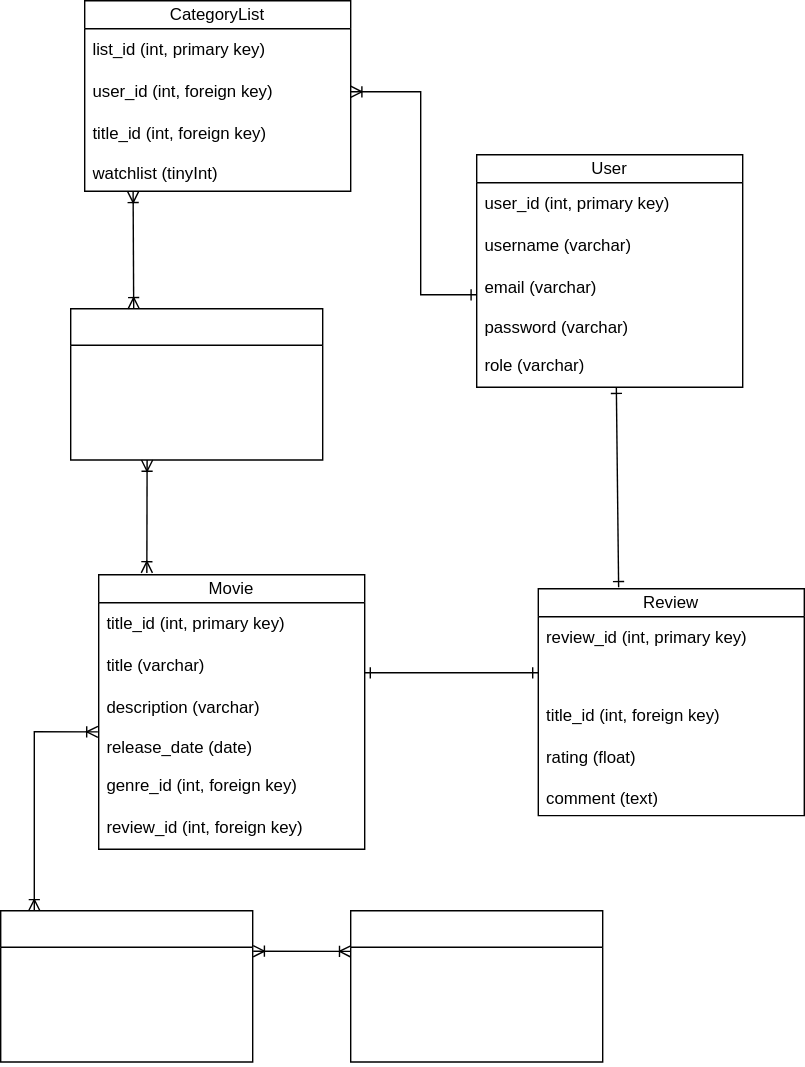
chas-academy/u05-imdb-klon-u05-imdb-klon-grupp1 keeps this draw.io diagram as ERD.drawio.svg. Above is the earlier version. Source tidied: cells renumbered, new cells last; positions are measured from the earlier drawing's top-left corner, leaving out a move shared by most shapes.
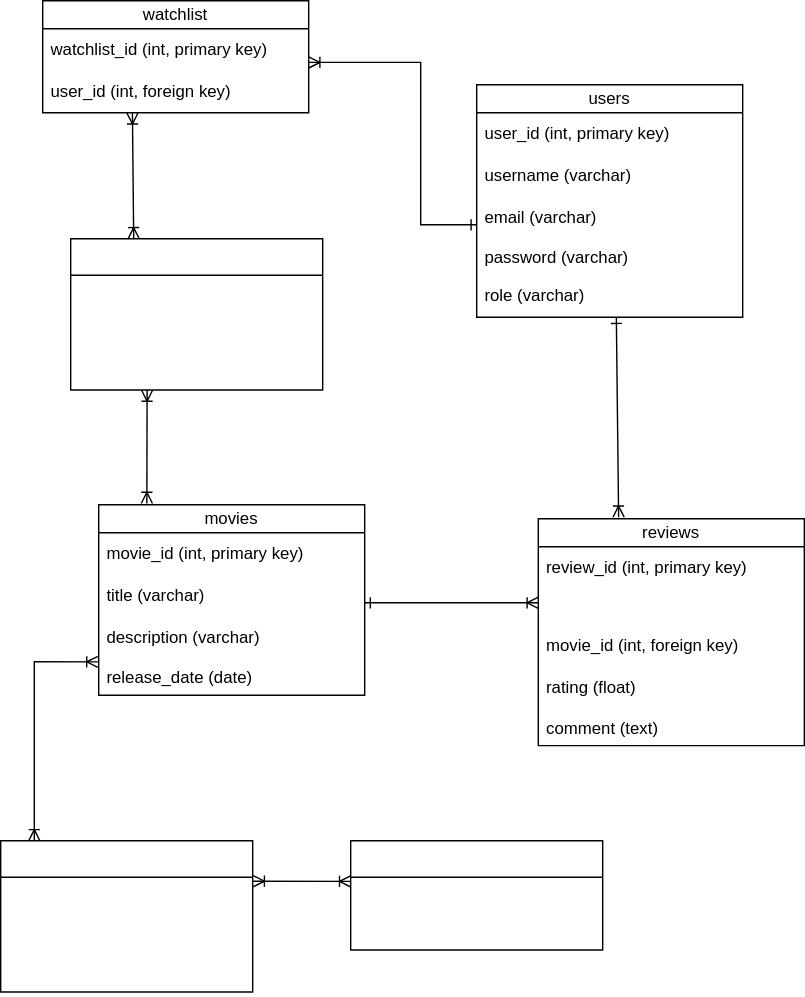
The same diagram one commit later.

Commit message:
changes after Olli-H's meeting, fixes #79

Change to the diagram source:
```diff
@@ -2,7 +2,7 @@
   <root>
     <mxCell id="0" />
     <mxCell id="1" parent="0" />
-    <mxCell id="2" value="User" style="swimlane;fontStyle=0;horizontal=1;startSize=20;whiteSpace=wrap;html=1;" parent="1" vertex="1">
+    <mxCell id="2" value="users" style="swimlane;fontStyle=0;horizontal=1;startSize=20;whiteSpace=wrap;html=1;" parent="1" vertex="1">
       <mxGeometry x="340" y="110" width="190" height="166" as="geometry" />
     </mxCell>
     <mxCell id="3" value="user_id (int, primary key)" style="text;strokeColor=none;fillColor=none;align=left;verticalAlign=middle;spacingLeft=4;spacingRight=4;overflow=hidden;whiteSpace=wrap;html=1;" parent="2" vertex="1">
@@ -20,10 +20,10 @@
     <mxCell id="7" value="role (varchar)" style="text;strokeColor=none;fillColor=none;align=left;verticalAlign=middle;spacingLeft=4;spacingRight=4;overflow=hidden;points=[[0,0.5],[1,0.5]];portConstraint=eastwest;whiteSpace=wrap;html=1;" parent="2" vertex="1">
       <mxGeometry y="136" width="190" height="30" as="geometry" />
     </mxCell>
-    <mxCell id="8" value="Movie" style="swimlane;fontStyle=0;horizontal=1;startSize=20;whiteSpace=wrap;html=1;" parent="1" vertex="1">
-      <mxGeometry x="70" y="410" width="190" height="196" as="geometry" />
+    <mxCell id="8" value="movies" style="swimlane;fontStyle=0;horizontal=1;startSize=20;whiteSpace=wrap;html=1;" parent="1" vertex="1">
+      <mxGeometry x="70" y="410" width="190" height="136" as="geometry" />
     </mxCell>
-    <mxCell id="9" value="title_id (int, primary key)" style="text;strokeColor=none;fillColor=none;align=left;verticalAlign=middle;spacingLeft=4;spacingRight=4;overflow=hidden;whiteSpace=wrap;html=1;" parent="8" vertex="1">
+    <mxCell id="9" value="movie_id (int, primary key)" style="text;strokeColor=none;fillColor=none;align=left;verticalAlign=middle;spacingLeft=4;spacingRight=4;overflow=hidden;whiteSpace=wrap;html=1;" parent="8" vertex="1">
       <mxGeometry y="20" width="190" height="30" as="geometry" />
     </mxCell>
     <mxCell id="10" value="title (varchar)" style="text;strokeColor=none;fillColor=none;align=left;verticalAlign=middle;spacingLeft=4;spacingRight=4;overflow=hidden;whiteSpace=wrap;html=1;" parent="8" vertex="1">
@@ -35,13 +35,7 @@
     <mxCell id="12" value="release_date (date)" style="text;strokeColor=none;fillColor=none;align=left;verticalAlign=top;spacingLeft=4;spacingRight=4;overflow=hidden;points=[[0,0.5],[1,0.5]];portConstraint=eastwest;whiteSpace=wrap;html=1;" parent="8" vertex="1">
       <mxGeometry y="110" width="190" height="26" as="geometry" />
     </mxCell>
-    <mxCell id="13" value="genre_id (int, foreign key)" style="text;strokeColor=none;fillColor=none;align=left;verticalAlign=middle;spacingLeft=4;spacingRight=4;overflow=hidden;whiteSpace=wrap;html=1;" parent="8" vertex="1">
-      <mxGeometry y="136" width="190" height="30" as="geometry" />
-    </mxCell>
-    <mxCell id="14" value="review_id (int, foreign key)" style="text;strokeColor=none;fillColor=none;align=left;verticalAlign=middle;spacingLeft=4;spacingRight=4;overflow=hidden;whiteSpace=wrap;html=1;" parent="8" vertex="1">
-      <mxGeometry y="166" width="190" height="30" as="geometry" />
-    </mxCell>
-    <mxCell id="15" value="Review" style="swimlane;fontStyle=0;horizontal=1;startSize=20;whiteSpace=wrap;html=1;" parent="1" vertex="1">
+    <mxCell id="15" value="reviews" style="swimlane;fontStyle=0;horizontal=1;startSize=20;whiteSpace=wrap;html=1;" parent="1" vertex="1">
       <mxGeometry x="384" y="420" width="190" height="162" as="geometry" />
     </mxCell>
     <mxCell id="16" value="review_id (int, primary key)" style="text;strokeColor=none;fillColor=none;align=left;verticalAlign=middle;spacingLeft=4;spacingRight=4;overflow=hidden;whiteSpace=wrap;html=1;" parent="15" vertex="1">
@@ -50,7 +44,7 @@
     <mxCell id="17" value="user_id (int, foreign key)" style="text;strokeColor=none;fillColor=none;align=left;verticalAlign=top;spacingLeft=4;spacingRight=4;overflow=hidden;whiteSpace=wrap;html=1;fontColor=#FFFFFF;" parent="15" vertex="1">
       <mxGeometry y="50" width="190" height="26" as="geometry" />
     </mxCell>
-    <mxCell id="18" value="title_id (int, foreign key)" style="text;strokeColor=none;fillColor=none;align=left;verticalAlign=middle;spacingLeft=4;spacingRight=4;overflow=hidden;whiteSpace=wrap;html=1;" parent="15" vertex="1">
+    <mxCell id="18" value="movie_id (int, foreign key)" style="text;strokeColor=none;fillColor=none;align=left;verticalAlign=middle;spacingLeft=4;spacingRight=4;overflow=hidden;whiteSpace=wrap;html=1;" parent="15" vertex="1">
       <mxGeometry y="76" width="190" height="30" as="geometry" />
     </mxCell>
     <mxCell id="19" value="rating (float)" style="text;strokeColor=none;fillColor=none;align=left;verticalAlign=middle;spacingLeft=4;spacingRight=4;overflow=hidden;whiteSpace=wrap;html=1;" parent="15" vertex="1">
@@ -59,8 +53,8 @@
     <mxCell id="20" value="comment (text)" style="text;strokeColor=none;fillColor=none;align=left;verticalAlign=top;spacingLeft=4;spacingRight=4;overflow=hidden;whiteSpace=wrap;html=1;" parent="15" vertex="1">
       <mxGeometry y="136" width="190" height="26" as="geometry" />
     </mxCell>
-    <mxCell id="21" value="Genre" style="swimlane;fontStyle=0;horizontal=1;startSize=26;fillColor=none;html=1;fontColor=#FFFFFF;" parent="1" vertex="1">
-      <mxGeometry x="250" y="650" width="180" height="108" as="geometry" />
+    <mxCell id="21" value="genres" style="swimlane;fontStyle=0;horizontal=1;startSize=26;fillColor=none;html=1;fontColor=#FFFFFF;" parent="1" vertex="1">
+      <mxGeometry x="250" y="650" width="180" height="78" as="geometry" />
     </mxCell>
     <mxCell id="22" value="genre_id (int, primary key)" style="text;strokeColor=none;fillColor=none;align=left;verticalAlign=top;spacingLeft=4;spacingRight=4;overflow=hidden;whiteSpace=wrap;html=1;fontColor=#FFFFFF;" parent="21" vertex="1">
       <mxGeometry y="26" width="180" height="26" as="geometry" />
@@ -68,37 +62,28 @@
     <mxCell id="23" value="name (varchar)" style="text;strokeColor=none;fillColor=none;align=left;verticalAlign=top;spacingLeft=4;spacingRight=4;overflow=hidden;whiteSpace=wrap;html=1;fontColor=#FFFFFF;" parent="21" vertex="1">
       <mxGeometry y="52" width="180" height="26" as="geometry" />
     </mxCell>
-    <mxCell id="24" value="list_id (int, foreign key)" style="text;strokeColor=none;fillColor=none;align=left;verticalAlign=middle;spacingLeft=4;spacingRight=4;overflow=hidden;whiteSpace=wrap;html=1;fontColor=#FFFFFF;" parent="21" vertex="1">
-      <mxGeometry y="78" width="180" height="30" as="geometry" />
-    </mxCell>
-    <mxCell id="25" value="CategoryList" style="swimlane;fontStyle=0;horizontal=1;startSize=20;whiteSpace=wrap;html=1;" parent="1" vertex="1">
-      <mxGeometry x="60" width="190" height="136" as="geometry" />
+    <mxCell id="25" value="watchlist" style="swimlane;fontStyle=0;horizontal=1;startSize=20;whiteSpace=wrap;html=1;" parent="1" vertex="1">
+      <mxGeometry x="30" y="50" width="190" height="80" as="geometry" />
     </mxCell>
-    <mxCell id="26" value="list_id (int, primary key)" style="text;strokeColor=none;fillColor=none;align=left;verticalAlign=middle;spacingLeft=4;spacingRight=4;overflow=hidden;points=[[0,0.5],[1,0.5]];portConstraint=eastwest;whiteSpace=wrap;html=1;" parent="25" vertex="1">
+    <mxCell id="26" value="watchlist_id (int, primary key)" style="text;strokeColor=none;fillColor=none;align=left;verticalAlign=middle;spacingLeft=4;spacingRight=4;overflow=hidden;points=[[0,0.5],[1,0.5]];portConstraint=eastwest;whiteSpace=wrap;html=1;" parent="25" vertex="1">
       <mxGeometry y="20" width="190" height="30" as="geometry" />
     </mxCell>
     <mxCell id="27" value="user_id (int, foreign key)" style="text;strokeColor=none;fillColor=none;align=left;verticalAlign=middle;spacingLeft=4;spacingRight=4;overflow=hidden;points=[[0,0.5],[1,0.5]];portConstraint=eastwest;whiteSpace=wrap;html=1;" parent="25" vertex="1">
       <mxGeometry y="50" width="190" height="30" as="geometry" />
     </mxCell>
-    <mxCell id="28" value="title_id (int, foreign key)" style="text;strokeColor=none;fillColor=none;align=left;verticalAlign=middle;spacingLeft=4;spacingRight=4;overflow=hidden;whiteSpace=wrap;html=1;" parent="25" vertex="1">
-      <mxGeometry y="80" width="190" height="30" as="geometry" />
-    </mxCell>
-    <mxCell id="29" value="watchlist (tinyInt)" style="text;strokeColor=none;fillColor=none;align=left;verticalAlign=top;spacingLeft=4;spacingRight=4;overflow=hidden;points=[[0,0.5],[1,0.5]];portConstraint=eastwest;whiteSpace=wrap;html=1;" parent="25" vertex="1">
-      <mxGeometry y="110" width="190" height="26" as="geometry" />
-    </mxCell>
-    <mxCell id="30" style="fontSize=12;html=1;endArrow=ERoneToMany;rounded=0;startArrow=ERone;startFill=0;entryX=1;entryY=0.5;entryDx=0;entryDy=0;" parent="1" edge="1" target="27">
+    <mxCell id="30" style="fontSize=12;html=1;endArrow=ERoneToMany;rounded=0;startArrow=ERone;startFill=0;entryX=1;entryY=0.8;entryDx=0;entryDy=0;entryPerimeter=0;" parent="1" edge="1" target="26">
       <mxGeometry relative="1" as="geometry">
         <mxPoint x="340" y="210" as="sourcePoint" />
         <Array as="points">
           <mxPoint x="300" y="210" />
-          <mxPoint x="300" y="65" />
+          <mxPoint x="300" y="94" />
         </Array>
       </mxGeometry>
     </mxCell>
-    <mxCell id="31" style="fontSize=12;html=1;endArrow=ERone;rounded=0;startArrow=ERone;startFill=0;entryX=0.302;entryY=-0.007;entryDx=0;entryDy=0;entryPerimeter=0;exitX=0.525;exitY=1.016;exitDx=0;exitDy=0;exitPerimeter=0;endFill=0;" parent="1" edge="1" source="7" target="15">
+    <mxCell id="31" style="fontSize=12;html=1;endArrow=ERoneToMany;rounded=0;startArrow=ERone;startFill=0;entryX=0.302;entryY=-0.007;entryDx=0;entryDy=0;entryPerimeter=0;exitX=0.525;exitY=1.016;exitDx=0;exitDy=0;exitPerimeter=0;endFill=0;" parent="1" edge="1" source="7" target="15">
       <mxGeometry relative="1" as="geometry" />
     </mxCell>
-    <mxCell id="32" style="fontSize=12;html=1;endArrow=ERone;rounded=0;startArrow=ERone;startFill=0;endFill=0;" parent="1" edge="1">
+    <mxCell id="32" style="fontSize=12;html=1;endArrow=ERoneToMany;rounded=0;startArrow=ERone;startFill=0;endFill=0;" parent="1" edge="1">
       <mxGeometry relative="1" as="geometry">
         <mxPoint x="260" y="480" as="sourcePoint" />
         <mxPoint x="384" y="480" as="targetPoint" />
@@ -109,16 +94,18 @@
         <mxPoint x="250" y="679" as="targetPoint" />
       </mxGeometry>
     </mxCell>
-    <mxCell id="34" style="fontSize=12;html=1;endArrow=ERoneToMany;rounded=0;startArrow=ERoneToMany;startFill=0;elbow=vertical;exitX=0.182;exitY=1.005;exitDx=0;exitDy=0;exitPerimeter=0;entryX=0.25;entryY=0;entryDx=0;entryDy=0;" parent="1" edge="1" source="29" target="40">
-      <mxGeometry relative="1" as="geometry" />
+    <mxCell id="34" style="fontSize=12;html=1;endArrow=ERoneToMany;rounded=0;startArrow=ERoneToMany;startFill=0;elbow=vertical;exitX=0.232;exitY=1;exitDx=0;exitDy=0;exitPerimeter=0;entryX=0.25;entryY=0;entryDx=0;entryDy=0;" parent="1" edge="1" target="40">
+      <mxGeometry relative="1" as="geometry">
+        <mxPoint x="94.1" y="130" as="sourcePoint" />
+      </mxGeometry>
     </mxCell>
-    <mxCell id="35" value="MoviesGenres" style="swimlane;fontStyle=0;horizontal=1;startSize=26;fillColor=none;html=1;fontColor=#FFFFFF;" parent="1" vertex="1">
+    <mxCell id="35" value="genre_movie" style="swimlane;fontStyle=0;horizontal=1;startSize=26;fillColor=none;html=1;fontColor=#FFFFFF;" parent="1" vertex="1">
       <mxGeometry y="650" width="180" height="108" as="geometry" />
     </mxCell>
     <mxCell id="36" value="moviesgenres_id (int, primary key)" style="text;strokeColor=none;fillColor=none;align=left;verticalAlign=middle;spacingLeft=4;spacingRight=4;overflow=hidden;points=[[0,0.5],[1,0.5]];portConstraint=eastwest;whiteSpace=wrap;html=1;fontColor=#FFFFFF;" parent="35" vertex="1">
       <mxGeometry y="26" width="180" height="30" as="geometry" />
     </mxCell>
-    <mxCell id="37" value="title_id (int, foreign key)" style="text;strokeColor=none;fillColor=none;align=left;verticalAlign=top;spacingLeft=4;spacingRight=4;overflow=hidden;whiteSpace=wrap;html=1;fontColor=#FFFFFF;" parent="35" vertex="1">
+    <mxCell id="37" value="movie_id (int, foreign key)" style="text;strokeColor=none;fillColor=none;align=left;verticalAlign=top;spacingLeft=4;spacingRight=4;overflow=hidden;whiteSpace=wrap;html=1;fontColor=#FFFFFF;" parent="35" vertex="1">
       <mxGeometry y="56" width="180" height="26" as="geometry" />
     </mxCell>
     <mxCell id="38" value="genre_id (int, foreign key)" style="text;strokeColor=none;fillColor=none;align=left;verticalAlign=top;spacingLeft=4;spacingRight=4;overflow=hidden;whiteSpace=wrap;html=1;fontColor=#FFFFFF;" parent="35" vertex="1">
@@ -132,16 +119,16 @@
         </Array>
       </mxGeometry>
     </mxCell>
-    <mxCell id="40" value="MoviesLists" style="swimlane;fontStyle=0;horizontal=1;startSize=26;fillColor=none;html=1;fontColor=#FFFFFF;" parent="1" vertex="1">
+    <mxCell id="40" value="list_movie" style="swimlane;fontStyle=0;horizontal=1;startSize=26;fillColor=none;html=1;fontColor=#FFFFFF;" parent="1" vertex="1">
       <mxGeometry x="50" y="220" width="180" height="108" as="geometry" />
     </mxCell>
     <mxCell id="41" value="movieslists_id (int, primary key)" style="text;strokeColor=none;fillColor=none;align=left;verticalAlign=middle;spacingLeft=4;spacingRight=4;overflow=hidden;whiteSpace=wrap;html=1;fontColor=#FFFFFF;" parent="40" vertex="1">
       <mxGeometry y="26" width="180" height="30" as="geometry" />
     </mxCell>
-    <mxCell id="42" value="title_id (int, foreign key)" style="text;strokeColor=none;fillColor=none;align=left;verticalAlign=top;spacingLeft=4;spacingRight=4;overflow=hidden;whiteSpace=wrap;html=1;fontColor=#FFFFFF;" parent="40" vertex="1">
+    <mxCell id="42" value="movie_id (int, foreign key)" style="text;strokeColor=none;fillColor=none;align=left;verticalAlign=top;spacingLeft=4;spacingRight=4;overflow=hidden;whiteSpace=wrap;html=1;fontColor=#FFFFFF;" parent="40" vertex="1">
       <mxGeometry y="56" width="180" height="26" as="geometry" />
     </mxCell>
-    <mxCell id="43" value="list_id (int, foreign key)" style="text;strokeColor=none;fillColor=none;align=left;verticalAlign=top;spacingLeft=4;spacingRight=4;overflow=hidden;whiteSpace=wrap;html=1;fontColor=#FFFFFF;" parent="40" vertex="1">
+    <mxCell id="43" value="watchlist_id (int, foreign key)" style="text;strokeColor=none;fillColor=none;align=left;verticalAlign=top;spacingLeft=4;spacingRight=4;overflow=hidden;whiteSpace=wrap;html=1;fontColor=#FFFFFF;" parent="40" vertex="1">
       <mxGeometry y="82" width="180" height="26" as="geometry" />
     </mxCell>
     <mxCell id="44" style="fontSize=12;html=1;endArrow=ERoneToMany;rounded=0;startArrow=ERoneToMany;startFill=0;elbow=vertical;exitX=0.182;exitY=1.005;exitDx=0;exitDy=0;exitPerimeter=0;entryX=0.181;entryY=-0.007;entryDx=0;entryDy=0;entryPerimeter=0;" parent="1" edge="1" target="8">
```
